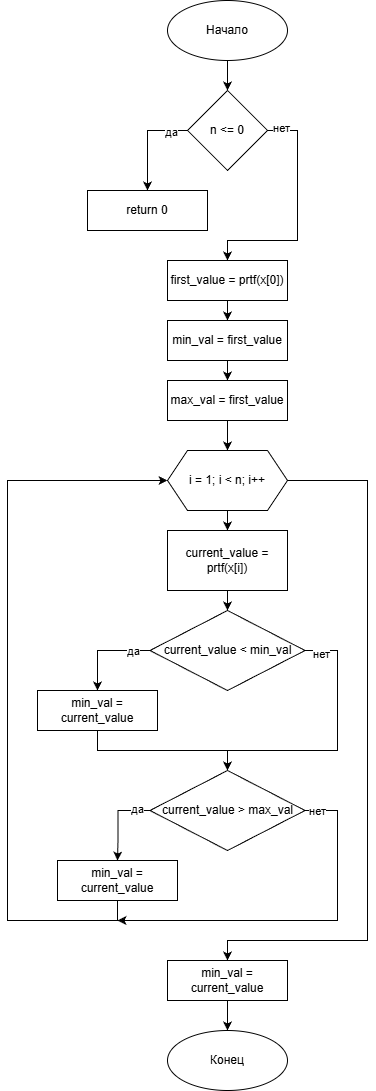
The draw.io diagram scheme.png in glebofrl/lab22tVSTU, before a commit. Source tidied: cells renumbered, new cells last; positions are measured from the earlier drawing's top-left corner, leaving out a move shared by most shapes.
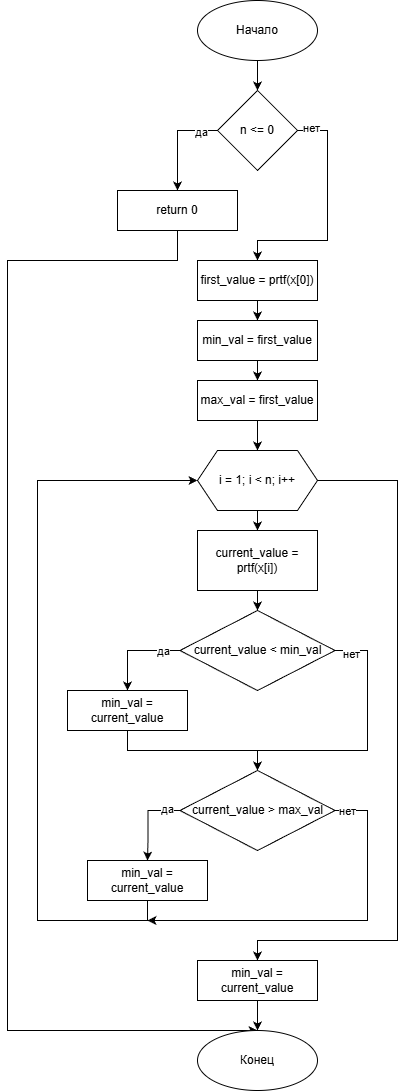
The same diagram one commit later.

What changed in the source:
```diff
@@ -33,6 +33,15 @@
     <mxCell id="8" value="n &lt;= 0" style="rhombus;whiteSpace=wrap;html=1;" parent="1" vertex="1">
       <mxGeometry x="180" y="90" width="80" height="80" as="geometry" />
     </mxCell>
+    <mxCell id="38" style="edgeStyle=orthogonalEdgeStyle;rounded=0;jettySize=auto;html=1;entryX=0.5;entryY=0;entryDx=0;entryDy=0;" parent="1" edge="1" source="9" target="37">
+      <mxGeometry relative="1" as="geometry">
+        <Array as="points">
+          <mxPoint x="140" y="260" />
+          <mxPoint x="-30" y="260" />
+          <mxPoint x="-30" y="1030" />
+        </Array>
+      </mxGeometry>
+    </mxCell>
     <mxCell id="9" value="return 0" style="rounded=0;whiteSpace=wrap;html=1;" parent="1" vertex="1">
       <mxGeometry x="80" y="190" width="120" height="40" as="geometry" />
     </mxCell>
```
